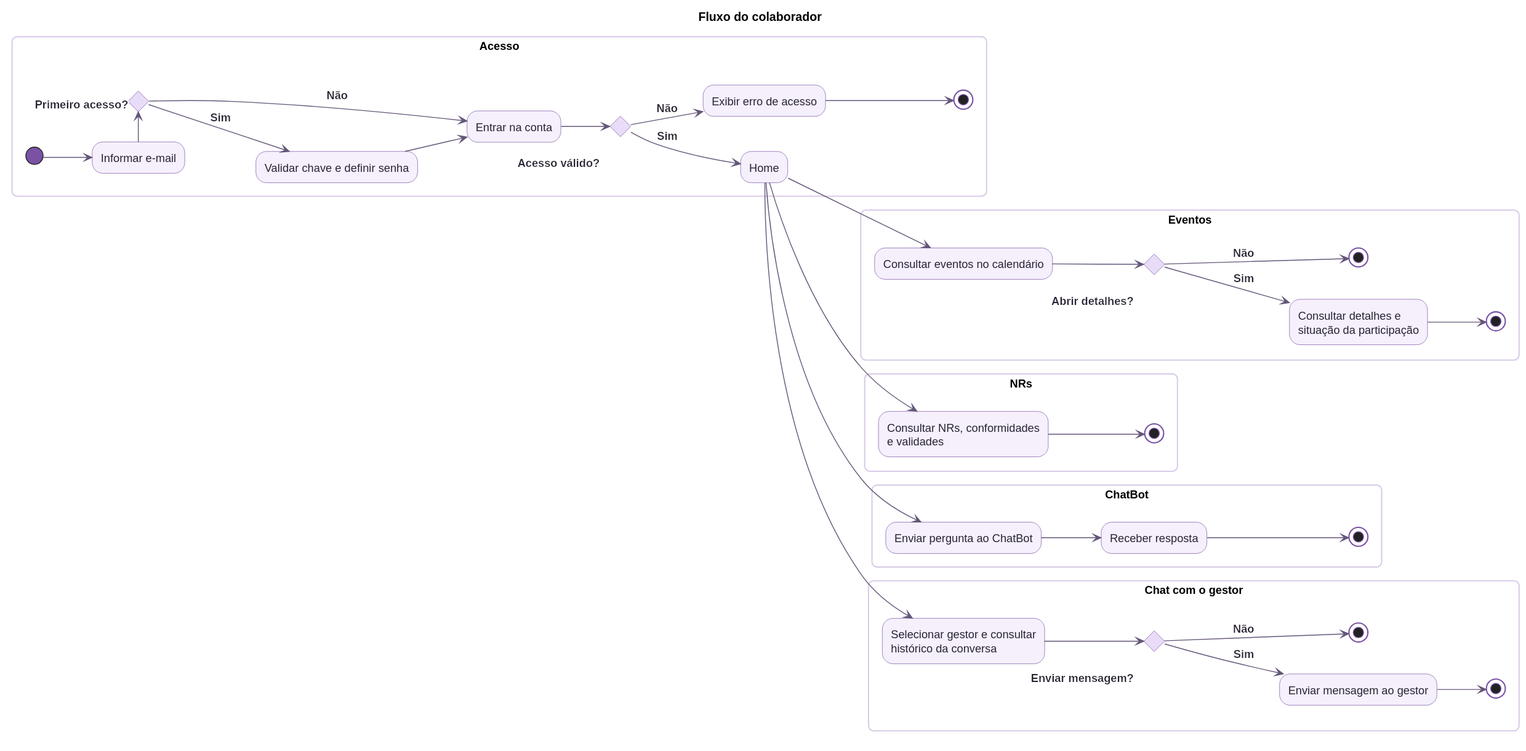
Above: diagrams/rendered/fluxo_colaborador.svg in Astro-Inter/astro-eqs-diagrams (PlantUML), before the change.
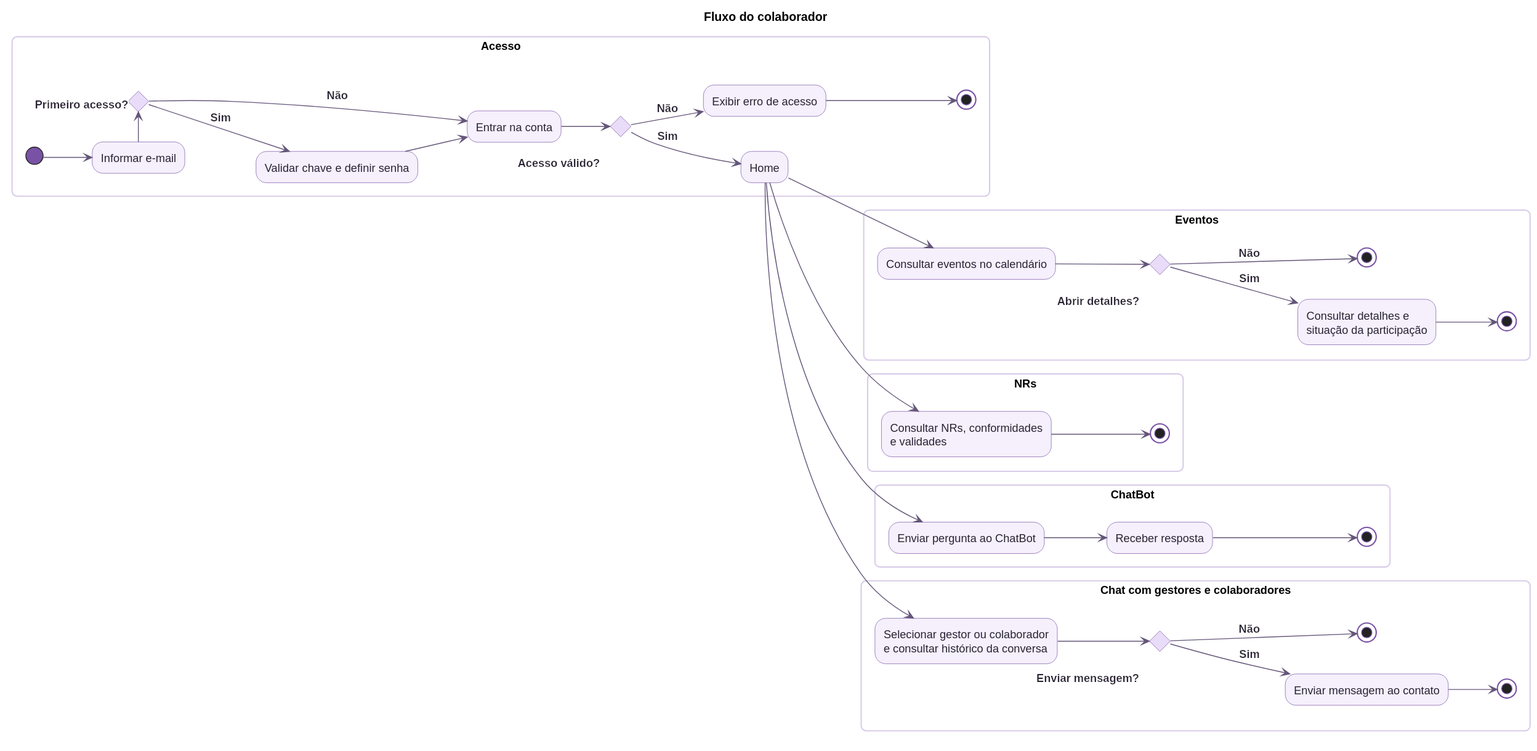
The same file after the commit.

Commit message:
docs(SCRUM-558): incluir chat entre colaboradores

Diff of the diagram source:
```diff
@@ -44,10 +44,10 @@
   --> (*5)
 }
 
-partition "Chat com o gestor" {
-  home --> "Selecionar gestor e consultar\nhistórico da conversa" as contato
+partition "Chat com gestores e colaboradores" {
+  home --> "Selecionar gestor ou colaborador\ne consultar histórico da conversa" as contato
   --> if "\n\n<back:white>Enviar mensagem?   </back>" then
-    -->[<back:white>Sim</back>] "Enviar mensagem ao gestor" as mensagem
+    -->[<back:white>Sim</back>] "Enviar mensagem ao contato" as mensagem
     --> (*6)
   else
     -->[<back:white>Não</back>] (*7)
```
